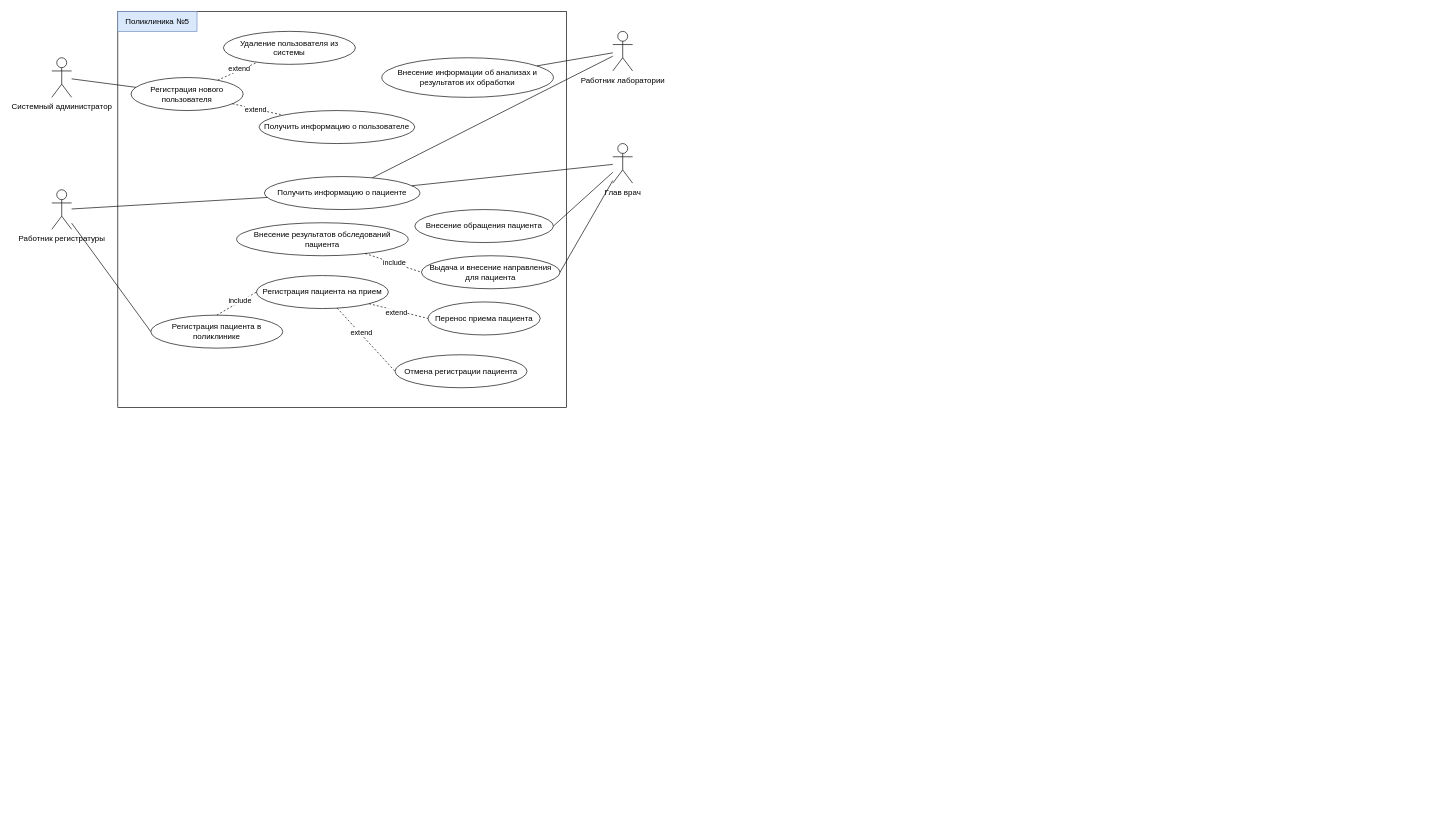
sevchik-f8fe/ping_tracer keeps this draw.io diagram as clinik5.drawio. Above is the earlier version. Source tidied: cells renumbered, new cells numbered last; positions are measured from the earlier drawing's top-left corner, leaving out a move shared by most shapes. Both pictures are drawn from the tidied source at 66%, with x=0, y=0 at pixel (51, 11).
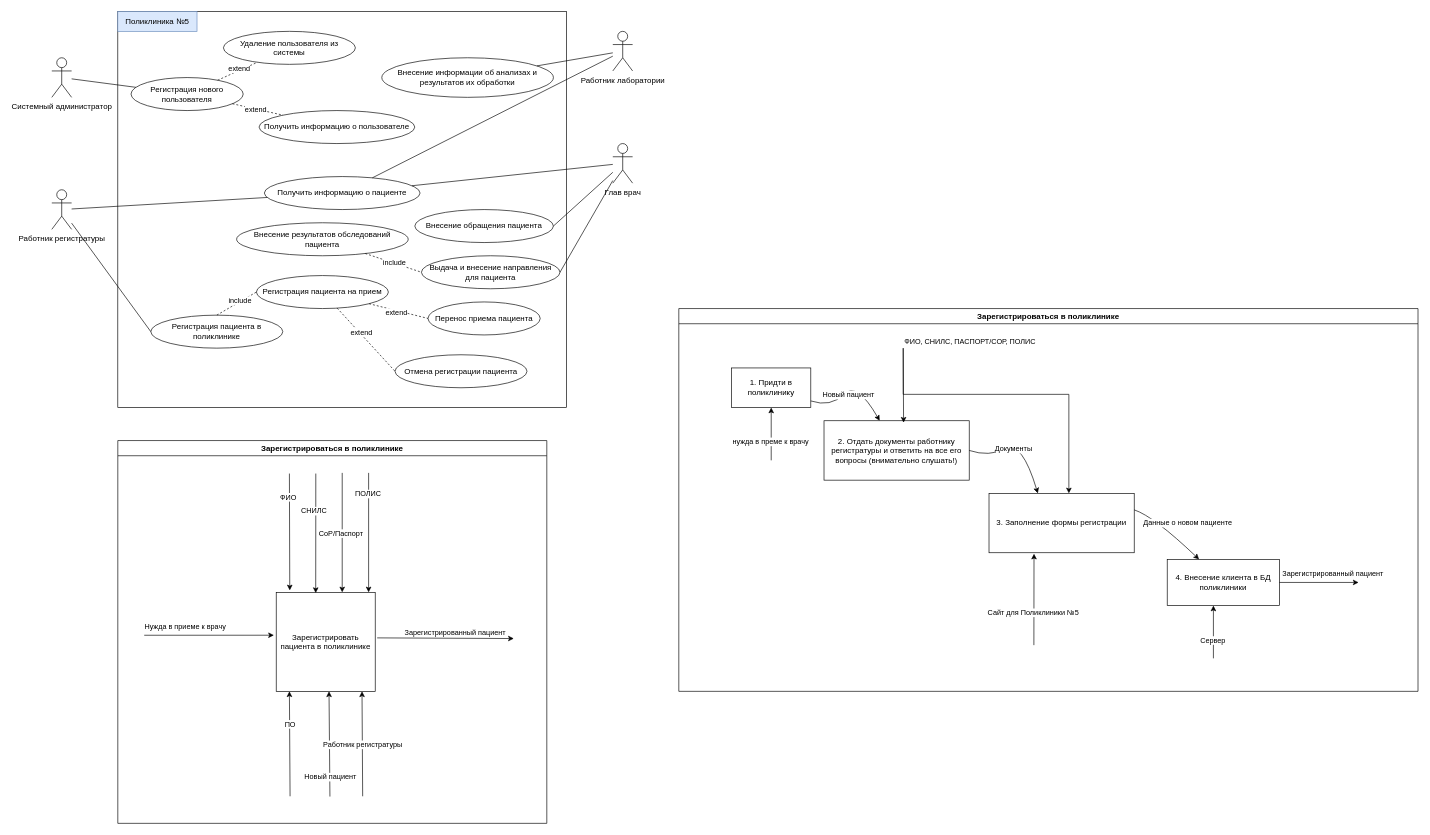
The same page after the edit.

The edit, as a diff of the source:
```diff
@@
+    <mxCell id="41" value="Зарегистрировать пациента в поликлинике" style="whiteSpace=wrap;html=1;" parent="1" vertex="1">
+      <mxGeometry x="340" y="880" width="150" height="150" as="geometry" />
+    </mxCell>
+    <mxCell id="42" style="endArrow=classic;html=1;rounded=0;entryX=0.137;entryY=-0.02;entryDx=0;entryDy=0;entryPerimeter=0;" parent="1" edge="1" target="41">
+      <mxGeometry relative="1" as="geometry">
+        <mxPoint x="360" y="700" as="sourcePoint" />
+      </mxGeometry>
+    </mxCell>
+    <mxCell id="43" value="ФИО" style="edgeLabel;html=1;align=center;verticalAlign=middle;" parent="42" vertex="1">
+      <mxGeometry x="-0.6" y="-3" relative="1" as="geometry" />
+    </mxCell>
+    <mxCell id="44" style="endArrow=classic;html=1;rounded=0;" parent="1" edge="1">
+      <mxGeometry relative="1" as="geometry">
+        <mxPoint x="493" y="949" as="sourcePoint" />
+        <mxPoint x="700" y="950" as="targetPoint" />
+      </mxGeometry>
+    </mxCell>
+    <mxCell id="45" value="Зарегистрированный пациент" style="edgeLabel;html=1;align=center;verticalAlign=middle;" parent="44" vertex="1">
+      <mxGeometry x="-0.49" y="1" relative="1" as="geometry">
+        <mxPoint x="64" y="-8" as="offset" />
+      </mxGeometry>
+    </mxCell>
+    <mxCell id="46" style="endArrow=classic;html=1;rounded=0;entryX=0.399;entryY=0.007;entryDx=0;entryDy=0;entryPerimeter=0;" parent="1" edge="1" target="41">
+      <mxGeometry relative="1" as="geometry">
+        <mxPoint x="400" y="700" as="sourcePoint" />
+      </mxGeometry>
+    </mxCell>
+    <mxCell id="47" value="СНИЛС" style="edgeLabel;html=1;align=center;verticalAlign=middle;" parent="46" vertex="1">
+      <mxGeometry x="-0.6" y="-3" relative="1" as="geometry">
+        <mxPoint y="21" as="offset" />
+      </mxGeometry>
+    </mxCell>
+    <mxCell id="48" style="endArrow=classic;html=1;rounded=0;entryX=0.399;entryY=0.007;entryDx=0;entryDy=0;entryPerimeter=0;" parent="1" edge="1">
+      <mxGeometry relative="1" as="geometry">
+        <mxPoint x="440" y="699" as="sourcePoint" />
+        <mxPoint x="440" y="880" as="targetPoint" />
+      </mxGeometry>
+    </mxCell>
+    <mxCell id="49" value="СоР/Паспорт" style="edgeLabel;html=1;align=center;verticalAlign=middle;" parent="48" vertex="1">
+      <mxGeometry x="-0.6" y="-3" relative="1" as="geometry">
+        <mxPoint y="55" as="offset" />
+      </mxGeometry>
+    </mxCell>
+    <mxCell id="50" style="endArrow=classic;html=1;rounded=0;entryX=0.399;entryY=0.007;entryDx=0;entryDy=0;entryPerimeter=0;" parent="1" edge="1">
+      <mxGeometry relative="1" as="geometry">
+        <mxPoint x="480" y="699" as="sourcePoint" />
+        <mxPoint x="480" y="880" as="targetPoint" />
+      </mxGeometry>
+    </mxCell>
+    <mxCell id="51" value="ПОЛИС" style="edgeLabel;html=1;align=center;verticalAlign=middle;" parent="50" vertex="1">
+      <mxGeometry x="-0.6" y="-3" relative="1" as="geometry">
+        <mxPoint x="1" y="-5" as="offset" />
+      </mxGeometry>
+    </mxCell>
+    <mxCell id="52" style="endArrow=classic;html=1;rounded=0;entryX=-0.023;entryY=0.433;entryDx=0;entryDy=0;entryPerimeter=0;" parent="1" edge="1" target="41">
+      <mxGeometry relative="1" as="geometry">
+        <mxPoint x="140" y="945" as="sourcePoint" />
+      </mxGeometry>
+    </mxCell>
+    <mxCell id="53" value="Нужда в приеме к врачу" style="edgeLabel;html=1;align=center;verticalAlign=middle;" parent="52" vertex="1">
+      <mxGeometry x="-0.6" y="-3" relative="1" as="geometry">
+        <mxPoint x="22" y="-16" as="offset" />
+      </mxGeometry>
+    </mxCell>
+    <mxCell id="54" value="Зарегистрироваться в поликлинике" style="swimlane;whiteSpace=wrap;html=1;" parent="1" vertex="1">
+      <mxGeometry x="100" y="650" width="650" height="580" as="geometry" />
+    </mxCell>
+    <mxCell id="55" style="endArrow=classic;html=1;rounded=0;entryX=0.191;entryY=1.004;entryDx=0;entryDy=0;entryPerimeter=0;" parent="54" edge="1">
+      <mxGeometry relative="1" as="geometry">
+        <mxPoint x="261" y="539" as="sourcePoint" />
+        <mxPoint x="260" y="380" as="targetPoint" />
+      </mxGeometry>
+    </mxCell>
+    <mxCell id="56" value="ПО" style="edgeLabel;html=1;align=center;verticalAlign=middle;" parent="55" vertex="1">
+      <mxGeometry x="0.03" y="3" relative="1" as="geometry">
+        <mxPoint x="3" y="-28" as="offset" />
+      </mxGeometry>
+    </mxCell>
+    <mxCell id="57" style="endArrow=classic;html=1;rounded=0;entryX=0.191;entryY=1.004;entryDx=0;entryDy=0;entryPerimeter=0;" parent="54" edge="1">
+      <mxGeometry relative="1" as="geometry">
+        <mxPoint x="321.4" y="539.4" as="sourcePoint" />
+        <mxPoint x="320" y="380" as="targetPoint" />
+      </mxGeometry>
+    </mxCell>
+    <mxCell id="58" value="Новый пациент" style="edgeLabel;html=1;align=center;verticalAlign=middle;" parent="57" vertex="1">
+      <mxGeometry x="0.03" y="3" relative="1" as="geometry">
+        <mxPoint x="4" y="52" as="offset" />
+      </mxGeometry>
+    </mxCell>
+    <mxCell id="59" style="endArrow=classic;html=1;rounded=0;entryX=0.191;entryY=1.004;entryDx=0;entryDy=0;entryPerimeter=0;" parent="54" edge="1">
+      <mxGeometry relative="1" as="geometry">
+        <mxPoint x="371" y="539" as="sourcePoint" />
+        <mxPoint x="370" y="380" as="targetPoint" />
+      </mxGeometry>
+    </mxCell>
+    <mxCell id="60" value="Работник регистратуры" style="edgeLabel;html=1;align=center;verticalAlign=middle;" parent="59" vertex="1">
+      <mxGeometry x="0.03" y="3" relative="1" as="geometry">
+        <mxPoint x="3" y="3" as="offset" />
+      </mxGeometry>
+    </mxCell>
+    <mxCell id="61" value="Зарегистрироваться в поликлинике" style="swimlane;whiteSpace=wrap;html=1;" parent="1" vertex="1">
+      <mxGeometry x="950" y="450" width="1120" height="580" as="geometry" />
+    </mxCell>
+    <mxCell id="62" value="1. Придти в поликлинику" style="rounded=0;whiteSpace=wrap;html=1;" parent="61" vertex="1">
+      <mxGeometry x="80" y="90" width="120" height="60" as="geometry" />
+    </mxCell>
+    <mxCell id="63" value="2. Отдать документы работнику регистратуры и ответить на все его вопросы (внимательно слушать!)" style="rounded=0;whiteSpace=wrap;html=1;" parent="61" vertex="1">
+      <mxGeometry x="220" y="170" width="220" height="90" as="geometry" />
+    </mxCell>
+    <mxCell id="64" style="curved=1;endArrow=classic;html=1;rounded=0;" parent="61" edge="1" source="62" target="63">
+      <mxGeometry relative="1" as="geometry">
+        <Array as="points">
+          <mxPoint x="230" y="150" />
+          <mxPoint x="270" y="110" />
+        </Array>
+      </mxGeometry>
+    </mxCell>
+    <mxCell id="65" value="ФИО, СНИЛС, ПАСПОРТ/СОР, ПОЛИС" style="edgeLabel;html=1;align=center;verticalAlign=middle;" parent="64" vertex="1">
+      <mxGeometry x="-0.28" y="2" relative="1" as="geometry">
+        <mxPoint x="194" y="-81" as="offset" />
+      </mxGeometry>
+    </mxCell>
+    <mxCell id="66" value="Новый пациент" style="edgeLabel;html=1;align=center;verticalAlign=middle;" parent="64" vertex="1">
+      <mxGeometry x="-0.18" y="-5" relative="1" as="geometry" />
+    </mxCell>
+    <mxCell id="67" style="endArrow=classic;html=1;rounded=0;entryX=0.548;entryY=0.032;entryDx=0;entryDy=0;entryPerimeter=0;" parent="61" edge="1" target="63">
+      <mxGeometry relative="1" as="geometry">
+        <mxPoint x="340" y="60" as="sourcePoint" />
+      </mxGeometry>
+    </mxCell>
+    <mxCell id="68" value="3. Заполнение формы регистрации" style="rounded=0;whiteSpace=wrap;html=1;" parent="61" vertex="1">
+      <mxGeometry x="470" y="280" width="220" height="90" as="geometry" />
+    </mxCell>
+    <mxCell id="69" value="4. Внесение клиента в БД поликлиники" style="rounded=0;whiteSpace=wrap;html=1;" parent="61" vertex="1">
+      <mxGeometry x="740" y="380" width="170" height="70" as="geometry" />
+    </mxCell>
+    <mxCell id="70" style="curved=1;endArrow=classic;html=1;rounded=0;entryX=0.336;entryY=0;entryDx=0;entryDy=0;entryPerimeter=0;" parent="61" edge="1" target="68">
+      <mxGeometry relative="1" as="geometry">
+        <mxPoint x="440" y="215" as="sourcePoint" />
+        <Array as="points">
+          <mxPoint x="470" y="225" />
+          <mxPoint x="520" y="200" />
+        </Array>
+      </mxGeometry>
+    </mxCell>
+    <mxCell id="71" value="Документы" style="edgeLabel;html=1;align=center;verticalAlign=middle;" parent="70" vertex="1">
+      <mxGeometry x="-0.18" y="-5" relative="1" as="geometry" />
+    </mxCell>
+    <mxCell id="72" style="curved=1;endArrow=classic;html=1;rounded=0;" parent="61" edge="1" target="69">
+      <mxGeometry relative="1" as="geometry">
+        <mxPoint x="690" y="305" as="sourcePoint" />
+        <Array as="points">
+          <mxPoint x="720" y="315" />
+        </Array>
+      </mxGeometry>
+    </mxCell>
+    <mxCell id="73" value="Данные о новом пациенте" style="edgeLabel;html=1;align=center;verticalAlign=middle;" parent="72" vertex="1">
+      <mxGeometry x="-0.18" y="-5" relative="1" as="geometry">
+        <mxPoint x="39" y="-8" as="offset" />
+      </mxGeometry>
+    </mxCell>
+    <mxCell id="74" style="endArrow=classic;html=1;rounded=0;entryX=0.548;entryY=0.032;entryDx=0;entryDy=0;entryPerimeter=0;" parent="61" edge="1">
+      <mxGeometry relative="1" as="geometry">
+        <mxPoint x="340" y="60" as="sourcePoint" />
+        <mxPoint x="591" y="280" as="targetPoint" />
+        <Array as="points">
+          <mxPoint x="340" y="130" />
+          <mxPoint x="591" y="130" />
+        </Array>
+      </mxGeometry>
+    </mxCell>
+    <mxCell id="75" style="endArrow=classic;html=1;rounded=0;entryX=0.31;entryY=1.016;entryDx=0;entryDy=0;entryPerimeter=0;" parent="61" edge="1" target="68">
+      <mxGeometry relative="1" as="geometry">
+        <mxPoint x="538" y="510" as="sourcePoint" />
+      </mxGeometry>
+    </mxCell>
+    <mxCell id="76" value="Сайт для Поликлиники №5" style="edgeLabel;html=1;align=center;verticalAlign=middle;" parent="75" vertex="1">
+      <mxGeometry x="-0.28" y="2" relative="1" as="geometry">
+        <mxPoint y="1" as="offset" />
+      </mxGeometry>
+    </mxCell>
+    <mxCell id="77" style="endArrow=classic;html=1;rounded=0;entryX=0.31;entryY=1.016;entryDx=0;entryDy=0;entryPerimeter=0;" parent="61" edge="1">
+      <mxGeometry relative="1" as="geometry">
+        <mxPoint x="810" y="530" as="sourcePoint" />
+        <mxPoint x="810" y="450" as="targetPoint" />
+      </mxGeometry>
+    </mxCell>
+    <mxCell id="78" value="Сервер" style="edgeLabel;html=1;align=center;verticalAlign=middle;" parent="77" vertex="1">
+      <mxGeometry x="-0.28" y="2" relative="1" as="geometry">
+        <mxPoint y="1" as="offset" />
+      </mxGeometry>
+    </mxCell>
+    <mxCell id="79" style="endArrow=classic;html=1;rounded=0;" parent="1" edge="1" target="62">
+      <mxGeometry relative="1" as="geometry">
+        <mxPoint x="1090" y="680" as="sourcePoint" />
+      </mxGeometry>
+    </mxCell>
+    <mxCell id="80" value="нужда в преме к врачу" style="edgeLabel;html=1;align=center;verticalAlign=middle;" parent="79" vertex="1">
+      <mxGeometry x="-0.28" y="2" relative="1" as="geometry" />
+    </mxCell>
+    <mxCell id="81" style="endArrow=classic;html=1;rounded=0;" parent="1" edge="1" source="69">
+      <mxGeometry relative="1" as="geometry">
+        <mxPoint x="1980" y="865" as="targetPoint" />
+      </mxGeometry>
+    </mxCell>
+    <mxCell id="82" value="Зарегистрированный пациент" style="edgeLabel;html=1;align=center;verticalAlign=middle;" parent="81" vertex="1">
+      <mxGeometry x="0.22" y="-2" relative="1" as="geometry">
+        <mxPoint x="7" y="-17" as="offset" />
+      </mxGeometry>
+    </mxCell>
```
